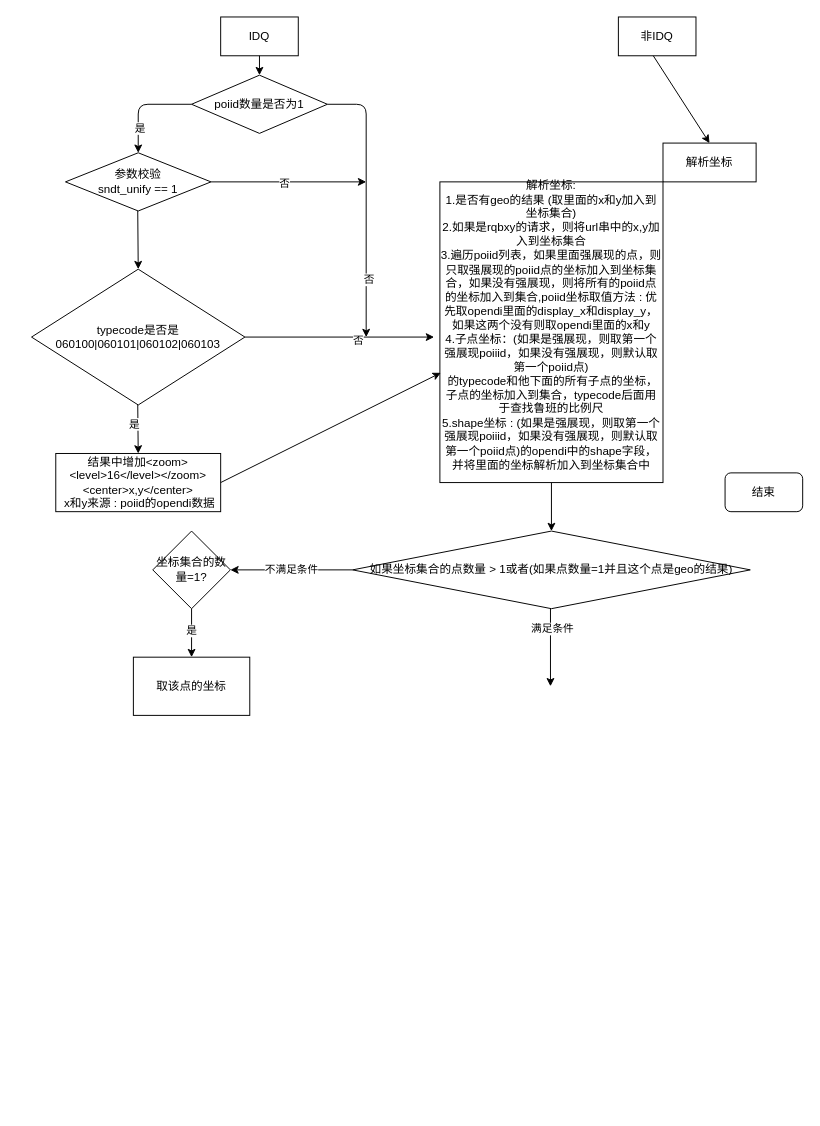
This is Untitled Diagram.drawio from gtxvs/basic, a draw.io file, before an edit. Source tidied: cells renumbered, new cells numbered last; positions are measured from the earlier drawing's top-left corner, leaving out a move shared by most shapes. Both pictures are drawn from the tidied source at 97%, with x=0, y=0 at pixel (31, 16).
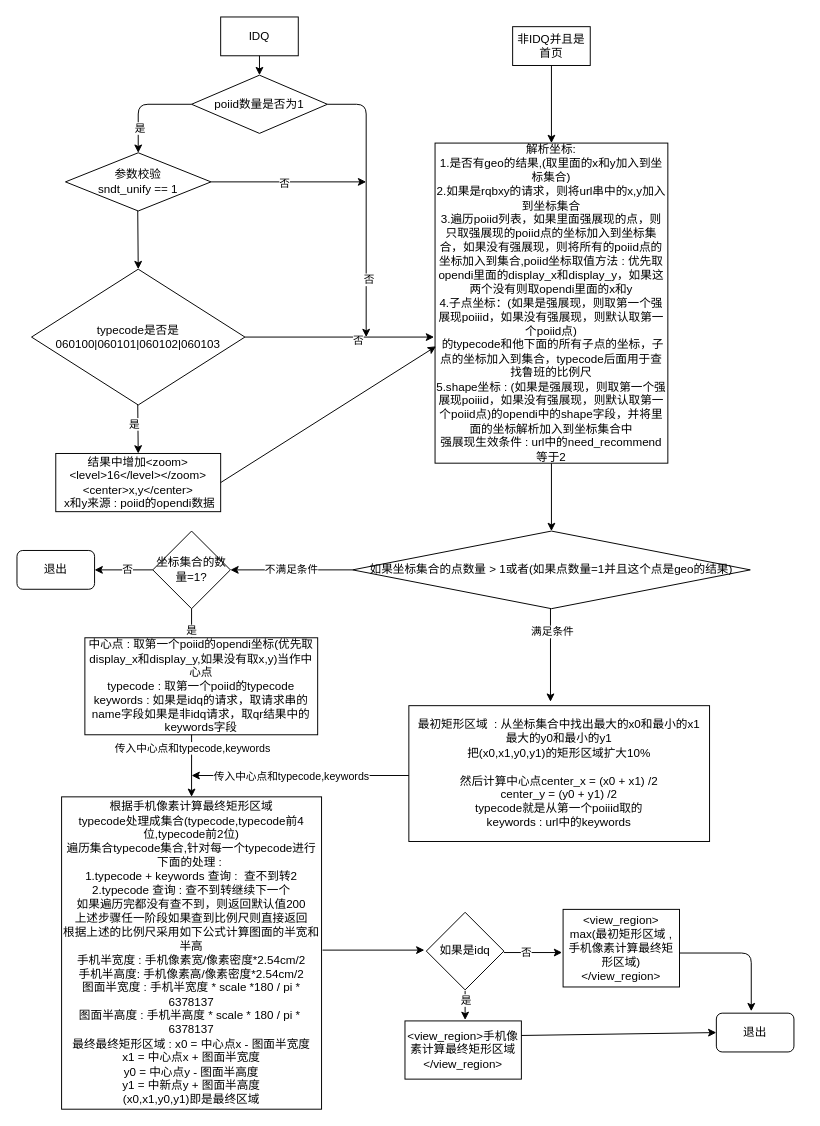
After the change.

What changed in the source:
```diff
@@
-    <mxCell id="2" value="解析坐标" style="rounded=0;whiteSpace=wrap;html=1;" parent="1" vertex="1">
-      <mxGeometry x="651" y="130" width="96" height="40" as="geometry" />
-    </mxCell>
@@
+    <mxCell id="34" style="edgeStyle=orthogonalEdgeStyle;rounded=0;jettySize=auto;html=1;" parent="1" edge="1" source="4" target="24">
+      <mxGeometry relative="1" as="geometry" />
+    </mxCell>
-    <mxCell id="4" value="非IDQ" style="rounded=0;whiteSpace=wrap;html=1;" parent="1" vertex="1">
-      <mxGeometry x="605" width="80" height="40" as="geometry" />
+    <mxCell id="4" value="非IDQ并且是首页" style="rounded=0;whiteSpace=wrap;html=1;" parent="1" vertex="1">
+      <mxGeometry x="496" y="10" width="80" height="40" as="geometry" />
     </mxCell>
@@
-    <mxCell id="6" style="endArrow=classic;html=1;entryX=0.5;entryY=0;entryDx=0;entryDy=0;" parent="1" edge="1" target="2">
-      <mxGeometry relative="1" as="geometry">
-        <mxPoint x="641" y="40" as="sourcePoint" />
-      </mxGeometry>
-    </mxCell>
@@
-    <mxCell id="13" value="结束" style="rounded=1;whiteSpace=wrap;html=1;" parent="1" vertex="1">
-      <mxGeometry x="715" y="470" width="80" height="40" as="geometry" />
+    <mxCell id="13" value="退出" style="rounded=1;whiteSpace=wrap;html=1;" parent="1" vertex="1">
+      <mxGeometry x="-15" y="550" width="80" height="40" as="geometry" />
     </mxCell>
@@
-    <mxCell id="24" value="解析坐标:&lt;br&gt;1.是否有geo的结果 (取里面的x和y加入到坐标集合)&lt;br&gt;2.如果是rqbxy的请求，则将url串中的x,y加入到坐标集合&lt;br&gt;3.遍历poiid列表，如果里面强展现的点，则只取强展现的poiid点的坐标加入到坐标集合，如果没有强展现，则将所有的poiid点的坐标加入到集合,poiid坐标取值方法 : 优先取opendi里面的display_x和display_y，如果这两个没有则取opendi里面的x和y&lt;br&gt;4.子点坐标：(如果是强展现，则取第一个强展现poiiid，如果没有强展现，则默认取第一个poiid点)&lt;br&gt;&amp;nbsp;的typecode和他下面的所有子点的坐标，子点的坐标加入到集合，typecode后面用于查找鲁班的比例尺&lt;br&gt;5.shape坐标 : (如果是强展现，则取第一个强展现poiiid，如果没有强展现，则默认取第一个poiid点)的opendi中的shape字段，并将里面的坐标解析加入到坐标集合中&lt;br&gt;&lt;br&gt;" style="rounded=0;whiteSpace=wrap;html=1;" parent="1" vertex="1">
-      <mxGeometry x="421" y="170" width="230" height="310" as="geometry" />
+    <mxCell id="24" value="解析坐标:&lt;br&gt;1.是否有geo的结果,(取里面的x和y加入到坐标集合)&lt;br&gt;2.如果是rqbxy的请求，则将url串中的x,y加入到坐标集合&lt;br&gt;3.遍历poiid列表，如果里面强展现的点，则只取强展现的poiid点的坐标加入到坐标集合，如果没有强展现，则将所有的poiid点的坐标加入到集合,poiid坐标取值方法 : 优先取opendi里面的display_x和display_y，如果这两个没有则取opendi里面的x和y&lt;br&gt;4.子点坐标：(如果是强展现，则取第一个强展现poiiid，如果没有强展现，则默认取第一个poiid点)&lt;br&gt;&amp;nbsp;的typecode和他下面的所有子点的坐标，子点的坐标加入到集合，typecode后面用于查找鲁班的比例尺&lt;br&gt;5.shape坐标 : (如果是强展现，则取第一个强展现poiiid，如果没有强展现，则默认取第一个poiid点)的opendi中的shape字段，并将里面的坐标解析加入到坐标集合中&lt;br&gt;强展现生效条件 : url中的need_recommend 等于2" style="rounded=0;whiteSpace=wrap;html=1;" parent="1" vertex="1">
+      <mxGeometry x="416" y="130" width="240" height="330" as="geometry" />
     </mxCell>
@@
-    <mxCell id="27" style="endArrow=classic;html=1;" parent="1" edge="1">
+    <mxCell id="27" style="endArrow=classic;html=1;entryX=0.471;entryY=-0.029;entryDx=0;entryDy=0;entryPerimeter=0;" parent="1" edge="1" target="38">
       <mxGeometry relative="1" as="geometry">
         <mxPoint x="535" y="610" as="sourcePoint" />
-        <mxPoint x="535" y="690" as="targetPoint" />
       </mxGeometry>
     </mxCell>
@@
-    <mxCell id="33" value="取该点的坐标" style="rounded=0;whiteSpace=wrap;html=1;" parent="1" vertex="1">
-      <mxGeometry x="105" y="660" width="120" height="60" as="geometry" />
+    <mxCell id="33" value="中心点 : 取第一个poiid的opendi坐标(优先取display_x和display_y,如果没有取x,y)当作中心点&lt;br&gt;typecode : 取第一个poiid的typecode&lt;br&gt;keywords : 如果是idq的请求，取请求串的name字段如果是非idq请求，取qr结果中的keywords字段" style="rounded=0;whiteSpace=wrap;html=1;" parent="1" vertex="1">
+      <mxGeometry x="55" y="640" width="240" height="100" as="geometry" />
     </mxCell>
+    <mxCell id="35" value="根据手机像素计算最终矩形区域&lt;br&gt;typecode处理成集合(typecode,typecode前4位,typecode前2位)&lt;br&gt;遍历集合typecode集合,针对每一个typecode进行下面的处理 :&amp;nbsp;&lt;br&gt;1.typecode + keywords 查询 :&amp;nbsp; 查不到转2&lt;br&gt;2.typecode 查询 : 查不到转继续下一个&lt;br&gt;如果遍历完都没有查不到，则返回默认值200&lt;br&gt;上述步骤任一阶段如果查到比例尺则直接返回&lt;br&gt;根据上述的比例尺采用如下公式计算图面的半宽和半高&lt;br&gt;手机半宽度 : 手机像素宽/像素密度*2.54cm/2&lt;br&gt;手机半高度: 手机像素高/像素密度*2.54cm/2&lt;br&gt;图面半宽度 : 手机半宽度 * scale *180 / pi * 6378137&lt;br&gt;图面半高度 : 手机半高度 * scale * 180 / pi *&amp;nbsp; 6378137&lt;br&gt;最终最终矩形区域 : x0 = 中心点x - 图面半宽度&lt;br&gt;x1 = 中心点x + 图面半宽度&lt;br&gt;y0 = 中心点y - 图面半高度&lt;br&gt;y1 = 中新点y + 图面半高度&lt;br&gt;(x0,x1,y0,y1)即是最终区域" style="rounded=0;whiteSpace=wrap;html=1;" parent="1" vertex="1">
+      <mxGeometry x="31" y="804" width="268" height="322" as="geometry" />
+    </mxCell>
+    <mxCell id="36" style="endArrow=classic;html=1;entryX=0.5;entryY=0;entryDx=0;entryDy=0;" parent="1" edge="1" target="35">
+      <mxGeometry relative="1" as="geometry">
+        <mxPoint x="165" y="740" as="sourcePoint" />
+      </mxGeometry>
+    </mxCell>
+    <mxCell id="37" value="传入中心点和typecode,keywords" style="edgeLabel;html=1;align=center;verticalAlign=middle;" parent="36" vertex="1">
+      <mxGeometry x="-0.28" relative="1" as="geometry">
+        <mxPoint y="-10" as="offset" />
+      </mxGeometry>
+    </mxCell>
+    <mxCell id="38" value="最初矩形区域&amp;nbsp; : 从坐标集合中找出最大的x0和最小的x1&lt;br&gt;最大的y0和最小的y1&lt;br&gt;把(x0,x1,y0,y1)的矩形区域扩大10%&lt;br&gt;&amp;nbsp;&lt;br&gt;然后计算中心点center_x = (x0 + x1) /2&lt;br&gt;center_y = (y0 + y1) /2&lt;br&gt;typecode就是从第一个poiiid取的&lt;br&gt;keywords : url中的keywords" style="rounded=0;whiteSpace=wrap;html=1;" parent="1" vertex="1">
+      <mxGeometry x="389" y="710" width="310" height="140" as="geometry" />
+    </mxCell>
+    <mxCell id="39" style="endArrow=classic;html=1;exitX=0;exitY=0.5;exitDx=0;exitDy=0;" parent="1" edge="1">
+      <mxGeometry relative="1" as="geometry">
+        <mxPoint x="389" y="782" as="sourcePoint" />
+        <mxPoint x="165" y="782" as="targetPoint" />
+      </mxGeometry>
+    </mxCell>
+    <mxCell id="40" value="传入中心点和typecode,keywords" style="edgeLabel;html=1;align=center;verticalAlign=middle;" parent="39" vertex="1">
+      <mxGeometry x="0.09" relative="1" as="geometry" />
+    </mxCell>
+    <mxCell id="41" style="endArrow=classic;html=1;" parent="1" edge="1">
+      <mxGeometry relative="1" as="geometry">
+        <mxPoint x="300" y="962" as="sourcePoint" />
+        <mxPoint x="405" y="962" as="targetPoint" />
+      </mxGeometry>
+    </mxCell>
+    <mxCell id="42" value="如果是idq" style="rhombus;whiteSpace=wrap;html=1;" parent="1" vertex="1">
+      <mxGeometry x="407" y="923" width="80" height="80" as="geometry" />
+    </mxCell>
+    <mxCell id="43" style="endArrow=classic;html=1;" parent="1" edge="1">
+      <mxGeometry relative="1" as="geometry">
+        <mxPoint x="487" y="964.5" as="sourcePoint" />
+        <mxPoint x="547" y="964.5" as="targetPoint" />
+      </mxGeometry>
+    </mxCell>
+    <mxCell id="44" value="否" style="edgeLabel;html=1;align=center;verticalAlign=middle;" parent="43" vertex="1">
+      <mxGeometry x="-0.27" relative="1" as="geometry" />
+    </mxCell>
+    <mxCell id="45" value="&amp;lt;view_region&amp;gt; max(最初矩形区域 , 手机像素计算最终矩形区域) &amp;lt;/view_region&amp;gt;" style="rounded=0;whiteSpace=wrap;html=1;" parent="1" vertex="1">
+      <mxGeometry x="548" y="920" width="120" height="80" as="geometry" />
+    </mxCell>
+    <mxCell id="46" style="endArrow=classic;html=1;" parent="1" edge="1">
+      <mxGeometry relative="1" as="geometry">
+        <mxPoint x="447" y="1004" as="sourcePoint" />
+        <mxPoint x="447" y="1034" as="targetPoint" />
+      </mxGeometry>
+    </mxCell>
+    <mxCell id="47" value="是" style="edgeLabel;html=1;align=center;verticalAlign=middle;" parent="46" vertex="1">
+      <mxGeometry x="-0.4" relative="1" as="geometry" />
+    </mxCell>
+    <mxCell id="48" value="&amp;lt;view_region&amp;gt;手机像素计算最终矩形区域&amp;lt;/view_region&amp;gt;" style="rounded=0;whiteSpace=wrap;html=1;" parent="1" vertex="1">
+      <mxGeometry x="385" y="1035" width="120" height="60" as="geometry" />
+    </mxCell>
+    <mxCell id="49" style="endArrow=classic;html=1;" parent="1" edge="1">
+      <mxGeometry relative="1" as="geometry">
+        <mxPoint x="125" y="570" as="sourcePoint" />
+        <mxPoint x="65" y="570" as="targetPoint" />
+      </mxGeometry>
+    </mxCell>
+    <mxCell id="50" value="否" style="edgeLabel;html=1;align=center;verticalAlign=middle;" parent="49" vertex="1">
+      <mxGeometry x="-0.1" y="-1" relative="1" as="geometry" />
+    </mxCell>
+    <mxCell id="51" value="退出" style="rounded=1;whiteSpace=wrap;html=1;" parent="1" vertex="1">
+      <mxGeometry x="706" y="1027" width="80" height="40" as="geometry" />
+    </mxCell>
+    <mxCell id="52" style="endArrow=classic;html=1;entryX=0.5;entryY=0;entryDx=0;entryDy=0;" parent="1" edge="1">
+      <mxGeometry relative="1" as="geometry">
+        <mxPoint x="668" y="965" as="sourcePoint" />
+        <mxPoint x="742" y="1025" as="targetPoint" />
+        <Array as="points">
+          <mxPoint x="742" y="965" />
+        </Array>
+      </mxGeometry>
+    </mxCell>
+    <mxCell id="53" style="endArrow=classic;html=1;entryX=0;entryY=0.5;entryDx=0;entryDy=0;exitX=1;exitY=0.25;exitDx=0;exitDy=0;" parent="1" edge="1" source="48" target="51">
+      <mxGeometry relative="1" as="geometry" />
+    </mxCell>
```
